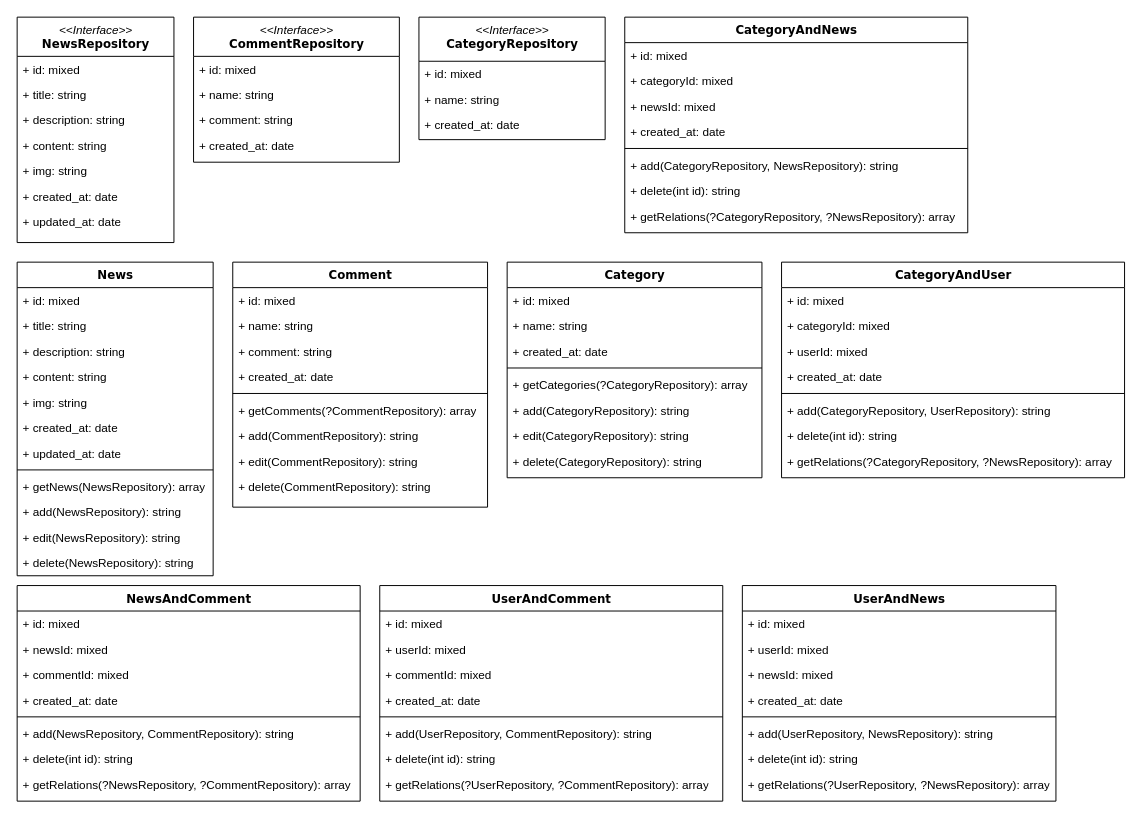
The draw.io diagram UML/Category, News, Comment Diagram.drawio in hasanuyanik/news-web-app, before the edit. Source tidied: cells renumbered, new cells numbered last; positions are measured from the earlier drawing's top-left corner, leaving out a move shared by most shapes. Both pictures are drawn from the tidied source at 98%, with x=0, y=0 at pixel (17, 17).
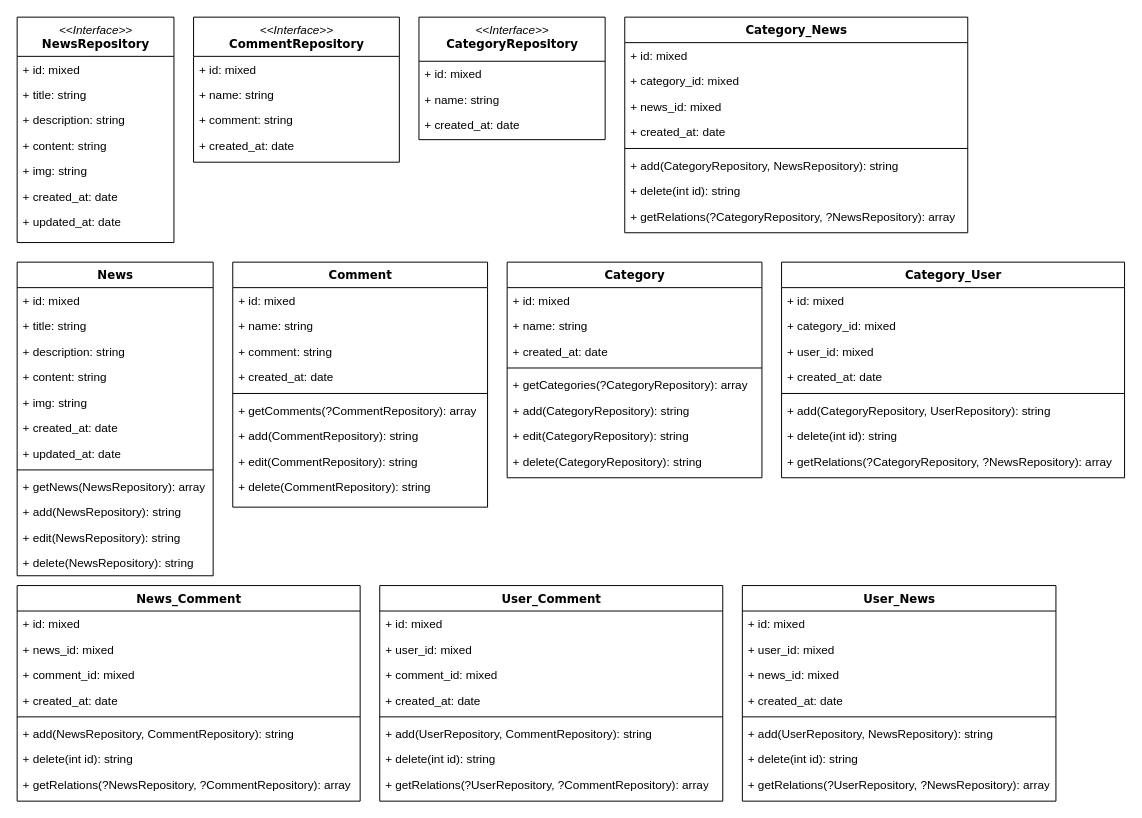
After the change.

Change to the diagram source:
```diff
@@
-    <mxCell id="11" value="CategoryAndNews" style="swimlane;html=1;fontStyle=1;align=center;verticalAlign=top;horizontal=1;startSize=26;swimlaneFillColor=#ffffff;rounded=0;shadow=0;comic=0;labelBackgroundColor=none;strokeWidth=1;fillColor=none;fontFamily=Verdana;fontSize=12;" parent="1" vertex="1">
+    <mxCell id="11" value="Category_News" style="swimlane;html=1;fontStyle=1;align=center;verticalAlign=top;horizontal=1;startSize=26;swimlaneFillColor=#ffffff;rounded=0;shadow=0;comic=0;labelBackgroundColor=none;strokeWidth=1;fillColor=none;fontFamily=Verdana;fontSize=12;" parent="1" vertex="1">
       <mxGeometry x="620" width="350" height="220" as="geometry" />
     </mxCell>
@@
-    <mxCell id="13" value="+ categoryId: mixed" style="text;html=1;strokeColor=none;fillColor=none;align=left;verticalAlign=top;spacingLeft=4;spacingRight=4;whiteSpace=wrap;overflow=hidden;" parent="11" vertex="1">
+    <mxCell id="13" value="+ category_id: mixed" style="text;html=1;strokeColor=none;fillColor=none;align=left;verticalAlign=top;spacingLeft=4;spacingRight=4;whiteSpace=wrap;overflow=hidden;" parent="11" vertex="1">
       <mxGeometry y="52" width="350" height="26" as="geometry" />
     </mxCell>
-    <mxCell id="14" value="+ newsId: mixed" style="text;html=1;strokeColor=none;fillColor=none;align=left;verticalAlign=top;spacingLeft=4;spacingRight=4;whiteSpace=wrap;overflow=hidden;" parent="11" vertex="1">
+    <mxCell id="14" value="+ news_id: mixed" style="text;html=1;strokeColor=none;fillColor=none;align=left;verticalAlign=top;spacingLeft=4;spacingRight=4;whiteSpace=wrap;overflow=hidden;" parent="11" vertex="1">
       <mxGeometry y="78" width="350" height="26" as="geometry" />
     </mxCell>
@@
-    <mxCell id="43" value="NewsAndComment" style="swimlane;html=1;fontStyle=1;align=center;verticalAlign=top;horizontal=1;startSize=26;swimlaneFillColor=#ffffff;rounded=0;shadow=0;comic=0;labelBackgroundColor=none;strokeWidth=1;fillColor=none;fontFamily=Verdana;fontSize=12;" parent="1" vertex="1">
+    <mxCell id="43" value="News_Comment" style="swimlane;html=1;fontStyle=1;align=center;verticalAlign=top;horizontal=1;startSize=26;swimlaneFillColor=#ffffff;rounded=0;shadow=0;comic=0;labelBackgroundColor=none;strokeWidth=1;fillColor=none;fontFamily=Verdana;fontSize=12;" parent="1" vertex="1">
       <mxGeometry y="580" width="350" height="220" as="geometry" />
     </mxCell>
@@
-    <mxCell id="45" value="+ newsId: mixed" style="text;html=1;strokeColor=none;fillColor=none;align=left;verticalAlign=top;spacingLeft=4;spacingRight=4;whiteSpace=wrap;overflow=hidden;" parent="43" vertex="1">
+    <mxCell id="45" value="+ news_id: mixed" style="text;html=1;strokeColor=none;fillColor=none;align=left;verticalAlign=top;spacingLeft=4;spacingRight=4;whiteSpace=wrap;overflow=hidden;" parent="43" vertex="1">
       <mxGeometry y="52" width="350" height="26" as="geometry" />
     </mxCell>
-    <mxCell id="46" value="+ commentId: mixed" style="text;html=1;strokeColor=none;fillColor=none;align=left;verticalAlign=top;spacingLeft=4;spacingRight=4;whiteSpace=wrap;overflow=hidden;" parent="43" vertex="1">
+    <mxCell id="46" value="+ comment_id: mixed" style="text;html=1;strokeColor=none;fillColor=none;align=left;verticalAlign=top;spacingLeft=4;spacingRight=4;whiteSpace=wrap;overflow=hidden;" parent="43" vertex="1">
       <mxGeometry y="78" width="350" height="26" as="geometry" />
     </mxCell>
@@
-    <mxCell id="52" value="UserAndComment" style="swimlane;html=1;fontStyle=1;align=center;verticalAlign=top;horizontal=1;startSize=26;swimlaneFillColor=#ffffff;rounded=0;shadow=0;comic=0;labelBackgroundColor=none;strokeWidth=1;fillColor=none;fontFamily=Verdana;fontSize=12;" parent="1" vertex="1">
+    <mxCell id="52" value="User_Comment" style="swimlane;html=1;fontStyle=1;align=center;verticalAlign=top;horizontal=1;startSize=26;swimlaneFillColor=#ffffff;rounded=0;shadow=0;comic=0;labelBackgroundColor=none;strokeWidth=1;fillColor=none;fontFamily=Verdana;fontSize=12;" parent="1" vertex="1">
       <mxGeometry x="370" y="580" width="350" height="220" as="geometry" />
     </mxCell>
@@
-    <mxCell id="54" value="+ userId: mixed" style="text;html=1;strokeColor=none;fillColor=none;align=left;verticalAlign=top;spacingLeft=4;spacingRight=4;whiteSpace=wrap;overflow=hidden;" parent="52" vertex="1">
+    <mxCell id="54" value="+ user_id: mixed" style="text;html=1;strokeColor=none;fillColor=none;align=left;verticalAlign=top;spacingLeft=4;spacingRight=4;whiteSpace=wrap;overflow=hidden;" parent="52" vertex="1">
       <mxGeometry y="52" width="350" height="26" as="geometry" />
     </mxCell>
-    <mxCell id="55" value="+ commentId: mixed" style="text;html=1;strokeColor=none;fillColor=none;align=left;verticalAlign=top;spacingLeft=4;spacingRight=4;whiteSpace=wrap;overflow=hidden;" parent="52" vertex="1">
+    <mxCell id="55" value="+ comment_id: mixed" style="text;html=1;strokeColor=none;fillColor=none;align=left;verticalAlign=top;spacingLeft=4;spacingRight=4;whiteSpace=wrap;overflow=hidden;" parent="52" vertex="1">
       <mxGeometry y="78" width="350" height="26" as="geometry" />
     </mxCell>
@@
-    <mxCell id="61" value="UserAndNews" style="swimlane;html=1;fontStyle=1;align=center;verticalAlign=top;horizontal=1;startSize=26;swimlaneFillColor=#ffffff;rounded=0;shadow=0;comic=0;labelBackgroundColor=none;strokeWidth=1;fillColor=none;fontFamily=Verdana;fontSize=12;" parent="1" vertex="1">
+    <mxCell id="61" value="User_News" style="swimlane;html=1;fontStyle=1;align=center;verticalAlign=top;horizontal=1;startSize=26;swimlaneFillColor=#ffffff;rounded=0;shadow=0;comic=0;labelBackgroundColor=none;strokeWidth=1;fillColor=none;fontFamily=Verdana;fontSize=12;" parent="1" vertex="1">
       <mxGeometry x="740" y="580" width="320" height="220" as="geometry" />
     </mxCell>
@@
-    <mxCell id="63" value="+ userId: mixed" style="text;html=1;strokeColor=none;fillColor=none;align=left;verticalAlign=top;spacingLeft=4;spacingRight=4;whiteSpace=wrap;overflow=hidden;" parent="61" vertex="1">
+    <mxCell id="63" value="+ user_id: mixed" style="text;html=1;strokeColor=none;fillColor=none;align=left;verticalAlign=top;spacingLeft=4;spacingRight=4;whiteSpace=wrap;overflow=hidden;" parent="61" vertex="1">
       <mxGeometry y="52" width="320" height="26" as="geometry" />
     </mxCell>
-    <mxCell id="64" value="+ newsId: mixed" style="text;html=1;strokeColor=none;fillColor=none;align=left;verticalAlign=top;spacingLeft=4;spacingRight=4;whiteSpace=wrap;overflow=hidden;" parent="61" vertex="1">
+    <mxCell id="64" value="+ news_id: mixed" style="text;html=1;strokeColor=none;fillColor=none;align=left;verticalAlign=top;spacingLeft=4;spacingRight=4;whiteSpace=wrap;overflow=hidden;" parent="61" vertex="1">
       <mxGeometry y="78" width="320" height="26" as="geometry" />
     </mxCell>
@@
-    <mxCell id="70" value="CategoryAndUser" style="swimlane;html=1;fontStyle=1;align=center;verticalAlign=top;horizontal=1;startSize=26;swimlaneFillColor=#ffffff;rounded=0;shadow=0;comic=0;labelBackgroundColor=none;strokeWidth=1;fillColor=none;fontFamily=Verdana;fontSize=12;" parent="1" vertex="1">
+    <mxCell id="70" value="Category_User" style="swimlane;html=1;fontStyle=1;align=center;verticalAlign=top;horizontal=1;startSize=26;swimlaneFillColor=#ffffff;rounded=0;shadow=0;comic=0;labelBackgroundColor=none;strokeWidth=1;fillColor=none;fontFamily=Verdana;fontSize=12;" parent="1" vertex="1">
       <mxGeometry x="780" y="250" width="350" height="220" as="geometry" />
     </mxCell>
@@
-    <mxCell id="72" value="+ categoryId: mixed" style="text;html=1;strokeColor=none;fillColor=none;align=left;verticalAlign=top;spacingLeft=4;spacingRight=4;whiteSpace=wrap;overflow=hidden;" parent="70" vertex="1">
+    <mxCell id="72" value="+ category_id: mixed" style="text;html=1;strokeColor=none;fillColor=none;align=left;verticalAlign=top;spacingLeft=4;spacingRight=4;whiteSpace=wrap;overflow=hidden;" parent="70" vertex="1">
       <mxGeometry y="52" width="350" height="26" as="geometry" />
     </mxCell>
-    <mxCell id="73" value="+ userId: mixed" style="text;html=1;strokeColor=none;fillColor=none;align=left;verticalAlign=top;spacingLeft=4;spacingRight=4;whiteSpace=wrap;overflow=hidden;" parent="70" vertex="1">
+    <mxCell id="73" value="+ user_id: mixed" style="text;html=1;strokeColor=none;fillColor=none;align=left;verticalAlign=top;spacingLeft=4;spacingRight=4;whiteSpace=wrap;overflow=hidden;" parent="70" vertex="1">
       <mxGeometry y="78" width="350" height="26" as="geometry" />
     </mxCell>
```
